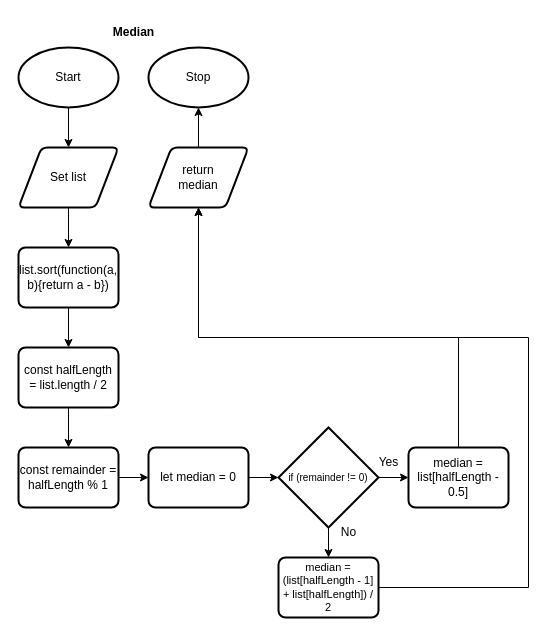
Above: Unit1-06/design/flowchart-Median.drawio in evan-beaudoin99/ICS4U-Unit1-Evan-Beaudoin (draw.io), before the change. Source tidied: cells renumbered, new cells numbered last; positions are measured from the earlier drawing's top-left corner, leaving out a move shared by most shapes. Both pictures are drawn from the tidied source at 100%, with x=0, y=0 at pixel (18, 17).
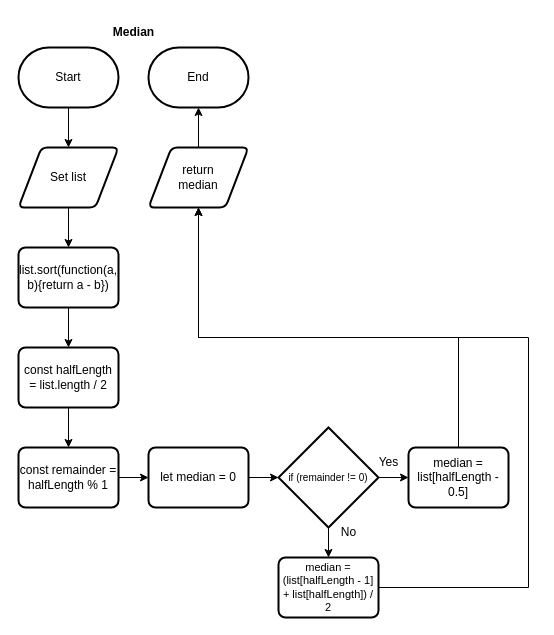
The same diagram, later.

Unchanged cells that the change refers to:
```xml
<mxCell id="6" value="return&lt;br&gt;median" style="shape=parallelogram;html=1;strokeWidth=2;perimeter=parallelogramPerimeter;whiteSpace=wrap;rounded=1;arcSize=12;size=0.23;" parent="1" vertex="1">
  <mxGeometry x="130" y="130" width="100" height="60" as="geometry" />
</mxCell>
```

Diff of the diagram source:
```diff
@@
-    <mxCell id="2" style="edgeStyle=none;html=1;entryX=0.5;entryY=0;entryDx=0;entryDy=0;" parent="1" edge="1" source="3">
+    <mxCell id="2" style="edgeStyle=none;html=1;entryX=0.5;entryY=0;entryDx=0;entryDy=0;" parent="1" edge="1">
       <mxGeometry relative="1" as="geometry">
+        <mxPoint x="50" y="90" as="sourcePoint" />
         <mxPoint x="50" y="130" as="targetPoint" />
       </mxGeometry>
     </mxCell>
-    <mxCell id="3" value="Start" style="strokeWidth=2;html=1;shape=mxgraph.flowchart.start_1;whiteSpace=wrap;" parent="1" vertex="1">
-      <mxGeometry y="30" width="100" height="60" as="geometry" />
-    </mxCell>
-    <mxCell id="4" value="Stop" style="strokeWidth=2;html=1;shape=mxgraph.flowchart.start_1;whiteSpace=wrap;" parent="1" vertex="1">
-      <mxGeometry x="130" y="30" width="100" height="60" as="geometry" />
-    </mxCell>
-    <mxCell id="5" style="edgeStyle=none;html=1;entryX=0.5;entryY=1;entryDx=0;entryDy=0;entryPerimeter=0;" parent="1" edge="1" source="6" target="4">
-      <mxGeometry relative="1" as="geometry" />
+    <mxCell id="5" style="edgeStyle=none;html=1;entryX=0.5;entryY=1;entryDx=0;entryDy=0;entryPerimeter=0;" parent="1" edge="1" source="6">
+      <mxGeometry relative="1" as="geometry">
+        <mxPoint x="180" y="90" as="targetPoint" />
+      </mxGeometry>
     </mxCell>
@@
+    <mxCell id="3" value="Start" style="strokeWidth=2;html=1;shape=mxgraph.flowchart.terminator;whiteSpace=wrap;" parent="1" vertex="1">
+      <mxGeometry y="30" width="100" height="60" as="geometry" />
+    </mxCell>
+    <mxCell id="27" value="End" style="strokeWidth=2;html=1;shape=mxgraph.flowchart.terminator;whiteSpace=wrap;" parent="1" vertex="1">
+      <mxGeometry x="130" y="30" width="100" height="60" as="geometry" />
+    </mxCell>
```
